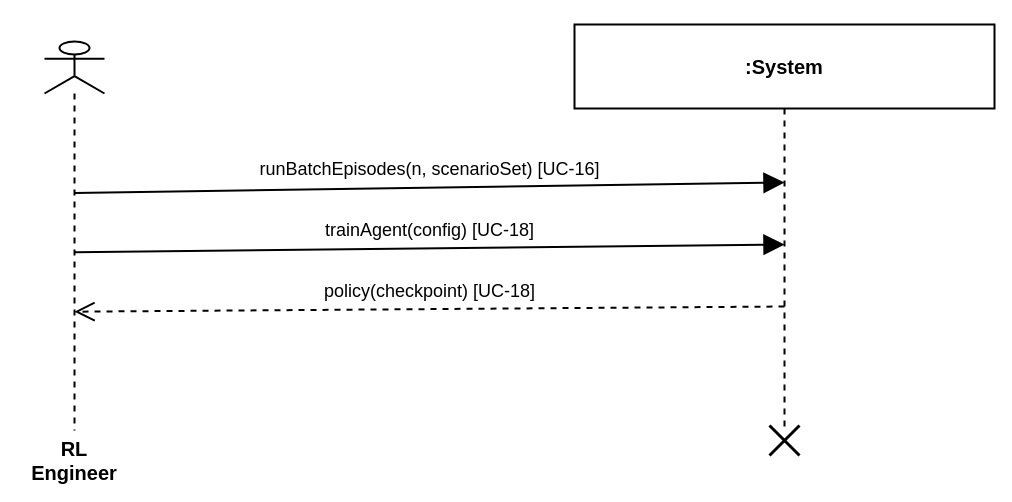
Earlier version of the draw.io diagram page "SSD: RL Engineer" (3 of 3) of 11_system_sequence_diagram.drawio (syedmohammad611/diagrams). Source tidied: cells renumbered, new cells numbered last; positions are measured from the earlier drawing's top-left corner, leaving out a move shared by most shapes. Both pictures are drawn from the tidied source at 100%, with x=0, y=0 at pixel (44, 24).
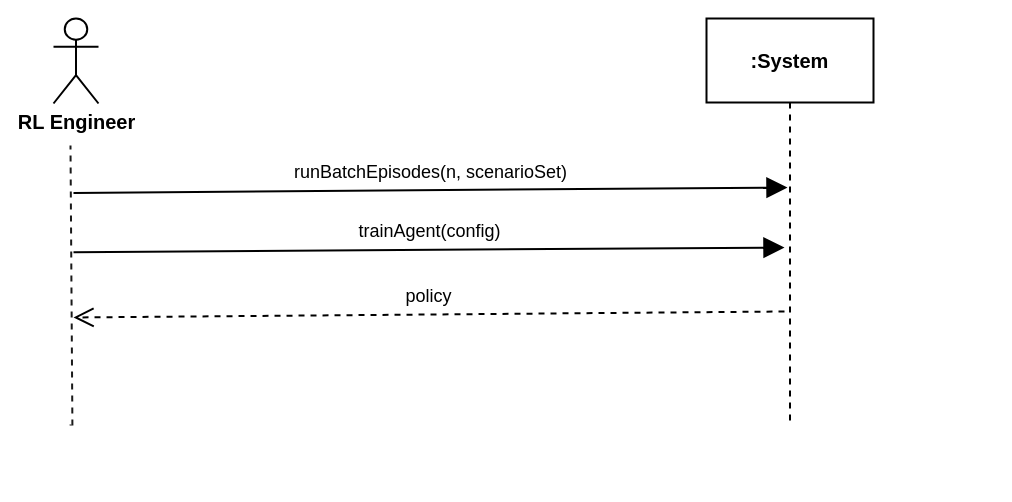
Above is the later version.

The edit, as a diff of the source:
```diff
@@
 <mxGraphModel background="#ffffff">
   <root>
     <mxCell id="0" />
     <mxCell id="1" parent="0" />
-    <mxCell id="2" value="RL Engineer" style="shape=umlLifeline;perimeter=lifelinePerimeter;whiteSpace=wrap;html=1;outlineConnect=0;participant=umlActor;fillColor=none;strokeColor=#000000;fontColor=#000000;fontFamily=Helvetica;strokeWidth=2;fontSize=20;fontStyle=1;size=52;verticalLabelPosition=bottom;verticalAlign=top;" parent="1" vertex="1">
-      <mxGeometry y="17" width="60" height="389" as="geometry" />
-    </mxCell>
     <mxCell id="3" value=":System" style="shape=umlLifeline;perimeter=lifelinePerimeter;whiteSpace=wrap;html=1;outlineConnect=0;fillColor=none;strokeColor=#000000;fontColor=#000000;fontFamily=Helvetica;strokeWidth=2;fontSize=20;fontStyle=1;size=84;" parent="1" vertex="1">
-      <mxGeometry x="530" width="420" height="406" as="geometry" />
+      <mxGeometry x="662" y="-6" width="167" height="406" as="geometry" />
     </mxCell>
-    <mxCell id="4" value="runBatchEpisodes(n, scenarioSet)  [UC-16]" style="html=1;verticalAlign=bottom;endArrow=block;endFill=1;fillColor=none;strokeColor=#000000;fontColor=#000000;fontFamily=Helvetica;strokeWidth=2;fontSize=18;labelBackgroundColor=#FFFFFF;spacingBottom=4;exitX=0.5;exitY=0.389163;exitDx=0;exitDy=0;entryX=0.5;entryY=0.389163;entryDx=0;entryDy=0;endSize=16;" parent="1" edge="1" source="2" target="3">
-      <mxGeometry relative="1" as="geometry" />
+    <mxCell id="4" value="runBatchEpisodes(n, scenarioSet)" style="html=1;verticalAlign=bottom;endArrow=block;endFill=1;fillColor=none;strokeColor=#000000;fontColor=#000000;fontFamily=Helvetica;strokeWidth=2;fontSize=18;labelBackgroundColor=#FFFFFF;spacingBottom=4;exitX=0.5;exitY=0.389163;exitDx=0;exitDy=0;endSize=16;" parent="1" edge="1">
+      <mxGeometry relative="1" as="geometry">
+        <mxPoint x="29" y="168.4" as="sourcePoint" />
+        <mxPoint x="743" y="163" as="targetPoint" />
+      </mxGeometry>
     </mxCell>
-    <mxCell id="5" value="trainAgent(config)  [UC-18]" style="html=1;verticalAlign=bottom;endArrow=block;endFill=1;fillColor=none;strokeColor=#000000;fontColor=#000000;fontFamily=Helvetica;strokeWidth=2;fontSize=18;labelBackgroundColor=#FFFFFF;spacingBottom=4;exitX=0.5;exitY=0.541872;exitDx=0;exitDy=0;entryX=0.5;entryY=0.541872;entryDx=0;entryDy=0;endSize=16;" parent="1" edge="1" source="2" target="3">
-      <mxGeometry relative="1" as="geometry" />
+    <mxCell id="5" value="trainAgent(config)" style="html=1;verticalAlign=bottom;endArrow=block;endFill=1;fillColor=none;strokeColor=#000000;fontColor=#000000;fontFamily=Helvetica;strokeWidth=2;fontSize=18;labelBackgroundColor=#FFFFFF;spacingBottom=4;exitX=0.5;exitY=0.541872;exitDx=0;exitDy=0;endSize=16;" parent="1" edge="1">
+      <mxGeometry relative="1" as="geometry">
+        <mxPoint x="29" y="227.8" as="sourcePoint" />
+        <mxPoint x="740" y="223" as="targetPoint" />
+      </mxGeometry>
     </mxCell>
-    <mxCell id="6" value="policy(checkpoint)  [UC-18]" style="html=1;verticalAlign=bottom;endArrow=open;endFill=0;dashed=1;fillColor=none;strokeColor=#000000;fontColor=#000000;fontFamily=Helvetica;strokeWidth=2;fontSize=18;labelBackgroundColor=#FFFFFF;spacingBottom=4;exitX=0.5;exitY=0.694581;exitDx=0;exitDy=0;entryX=0.5;entryY=0.694581;entryDx=0;entryDy=0;endSize=16;" parent="1" edge="1" source="3" target="2">
-      <mxGeometry relative="1" as="geometry" />
+    <mxCell id="6" value="policy" style="html=1;verticalAlign=bottom;endArrow=open;endFill=0;dashed=1;fillColor=none;strokeColor=#000000;fontColor=#000000;fontFamily=Helvetica;strokeWidth=2;fontSize=18;labelBackgroundColor=#FFFFFF;spacingBottom=4;endSize=16;" parent="1" edge="1">
+      <mxGeometry relative="1" as="geometry">
+        <mxPoint x="740" y="287" as="sourcePoint" />
+        <mxPoint x="29" y="293" as="targetPoint" />
+      </mxGeometry>
     </mxCell>
-    <mxCell id="7" style="shape=umlDestroy;whiteSpace=wrap;html=1;strokeWidth=3;targetShapes=umlLifeline;" parent="1" vertex="1">
-      <mxGeometry x="725" y="401" width="30" height="30" as="geometry" />
-    </mxCell>
+    <mxCell id="8" style="endArrow=none;dashed=1;html=1;strokeColor=#1A1A1A;strokeWidth=2;startArrow=none;" parent="1" edge="1">
+      <mxGeometry relative="1" as="geometry">
+        <mxPoint x="27.9" y="401" as="sourcePoint" />
+        <mxPoint x="26" y="121" as="targetPoint" />
+      </mxGeometry>
+    </mxCell>
+    <mxCell id="2" value="&lt;b&gt;RL Engineer&lt;/b&gt;" style="shape=umlActor;verticalLabelPosition=bottom;verticalAlign=top;html=1;outlineConnect=0;fillColor=none;strokeColor=#000000;strokeWidth=2;fontSize=20;fontFamily=Helvetica;fontColor=#000000;fontStyle=1;" parent="1" vertex="1">
+      <mxGeometry x="9" y="-6" width="45" height="85" as="geometry" />
+    </mxCell>
+    <mxCell id="9" style="endArrow=none;dashed=1;html=1;strokeColor=#1A1A1A;strokeWidth=2;" parent="1" edge="1">
+      <mxGeometry relative="1" as="geometry">
+        <mxPoint x="26" y="400" as="sourcePoint" />
+        <mxPoint x="26.1" y="401" as="targetPoint" />
+      </mxGeometry>
+    </mxCell>
   </root>
 </mxGraphModel>
```
